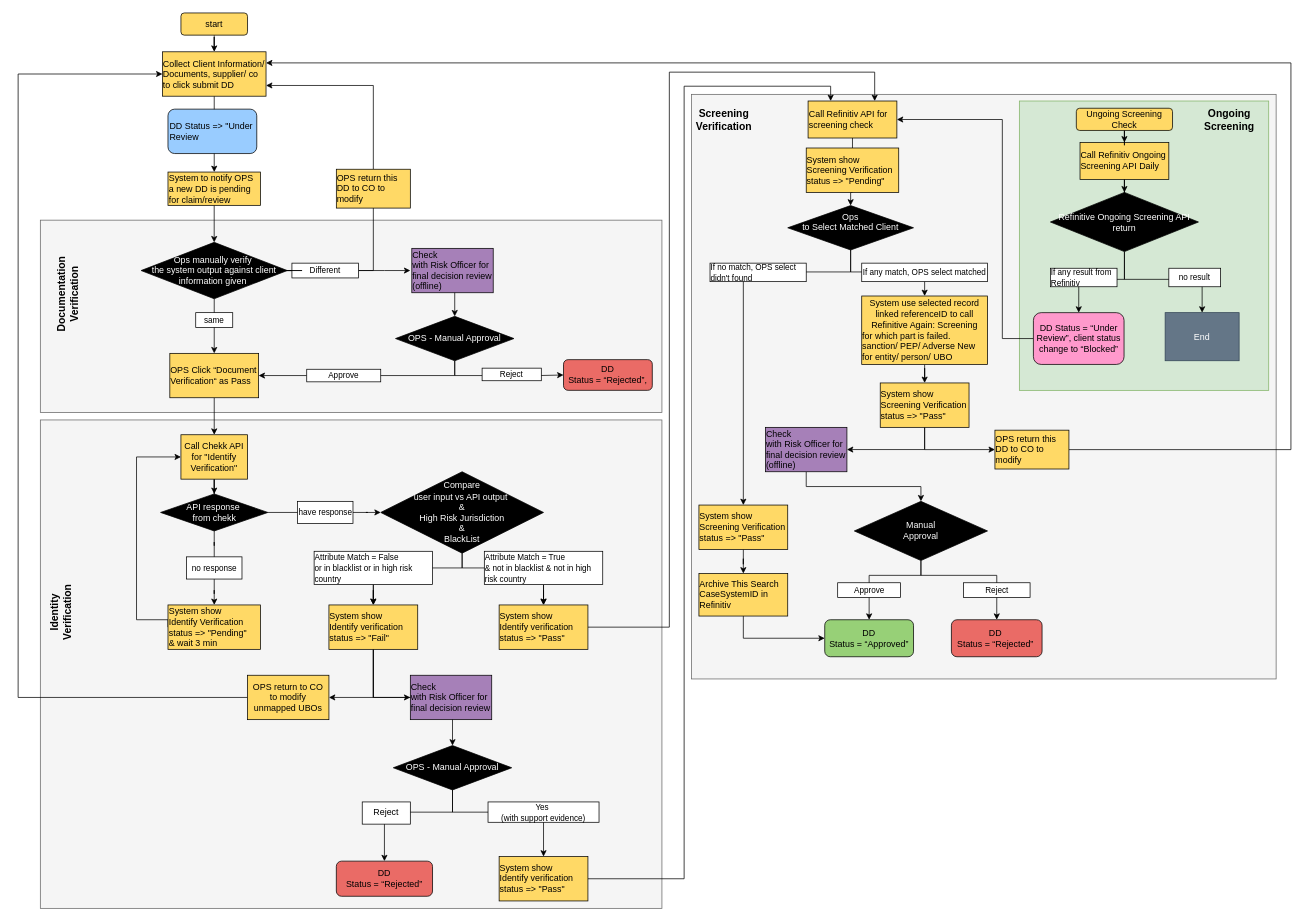
Earlier version of the draw.io diagram page "Page-1" (1 of 2) of dd structure.drawio (SeanXLChen/gitskills). Source tidied: cells renumbered, new cells numbered last; positions are measured from the earlier drawing's top-left corner, leaving out a move shared by most shapes. Both pictures are drawn from the tidied source at 74%, with x=0, y=0 at pixel (18, 13).
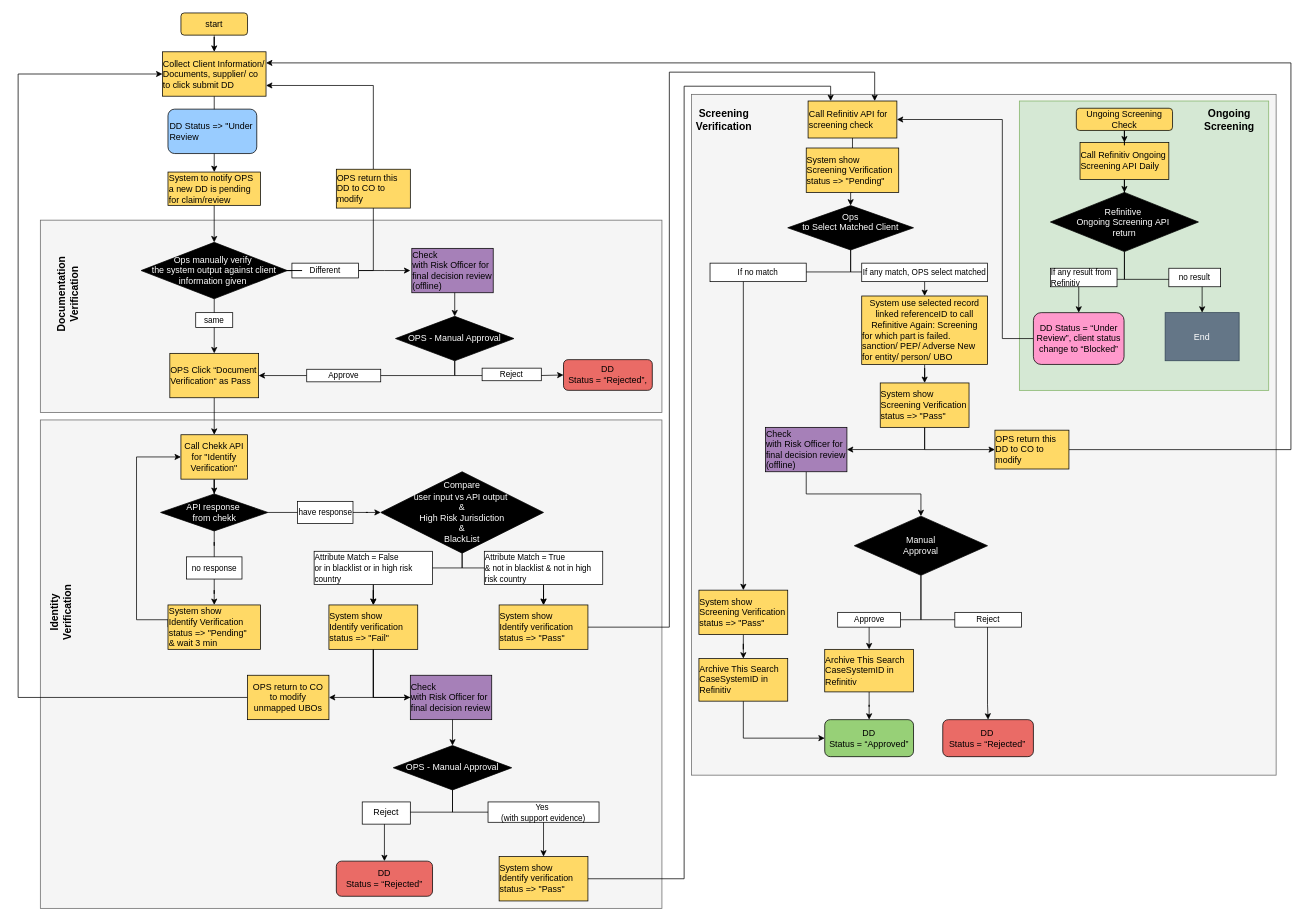
The same diagram, later.

Diff of the diagram source:
```diff
@@
     <mxCell id="2" style="rounded=0;whiteSpace=wrap;html=1;strokeColor=#666666;fillColor=#f5f5f5;fontColor=#333333;" parent="1" vertex="1">
-      <mxGeometry x="910" y="110" width="790" height="790" as="geometry" />
+      <mxGeometry x="910" y="110" width="790" height="920" as="geometry" />
     </mxCell>
@@
     <mxCell id="42" value="&lt;p style=&quot;margin-top: 0pt ; margin-bottom: 0pt ; margin-left: 0in ; direction: ltr ; unicode-bidi: embed ; word-break: normal&quot;&gt;&lt;span style=&quot;font-family: &amp;#34;arial&amp;#34;&quot;&gt;&lt;font style=&quot;font-size: 12px&quot;&gt;DD&amp;nbsp;&lt;/font&gt;&lt;/span&gt;&lt;/p&gt;&lt;p style=&quot;margin-top: 0pt ; margin-bottom: 0pt ; margin-left: 0in ; direction: ltr ; unicode-bidi: embed ; word-break: normal&quot;&gt;&lt;span style=&quot;font-family: &amp;#34;arial&amp;#34;&quot;&gt;&lt;font style=&quot;font-size: 12px&quot;&gt;Status = “Rejected”&amp;nbsp;&lt;/font&gt;&lt;/span&gt;&lt;/p&gt;" style="rounded=1;whiteSpace=wrap;html=1;strokeColor=#000000;fillColor=#EA6B66;" parent="1" vertex="1">
-      <mxGeometry x="1261.2" y="820" width="122.5" height="50" as="geometry" />
+      <mxGeometry x="1249.5" y="955" width="122.5" height="50" as="geometry" />
     </mxCell>
     <mxCell id="43" value="&lt;p style=&quot;margin-top: 0pt ; margin-bottom: 0pt ; margin-left: 0in ; direction: ltr ; unicode-bidi: embed ; word-break: normal&quot;&gt;&lt;span style=&quot;font-family: &amp;#34;arial&amp;#34;&quot;&gt;&lt;font style=&quot;font-size: 12px&quot;&gt;DD&lt;br&gt;Status = “Approved”&lt;/font&gt;&lt;/span&gt;&lt;/p&gt;" style="rounded=1;whiteSpace=wrap;html=1;strokeColor=#000000;fillColor=#97D077;" parent="1" vertex="1">
-      <mxGeometry x="1090" y="820" width="120" height="50" as="geometry" />
+      <mxGeometry x="1090" y="955" width="120" height="50" as="geometry" />
     </mxCell>
-    <mxCell id="44" style="edgeStyle=orthogonalEdgeStyle;rounded=0;jettySize=auto;html=1;entryX=0.5;entryY=0;entryDx=0;entryDy=0;fontColor=#FFFFFF;" parent="1" edge="1" source="46" target="43">
+    <mxCell id="44" style="edgeStyle=orthogonalEdgeStyle;rounded=0;jettySize=auto;html=1;entryX=0.5;entryY=0;entryDx=0;entryDy=0;fontColor=#FFFFFF;" parent="1" edge="1" source="46" target="117">
       <mxGeometry relative="1" as="geometry">
         <Array as="points">
-          <mxPoint x="1220" y="760" />
-          <mxPoint x="1150" y="760" />
+          <mxPoint x="1220" y="820" />
+          <mxPoint x="1150" y="820" />
+          <mxPoint x="1150" y="860" />
         </Array>
       </mxGeometry>
     </mxCell>
     <mxCell id="45" style="edgeStyle=orthogonalEdgeStyle;rounded=0;jettySize=auto;html=1;entryX=0.5;entryY=0;entryDx=0;entryDy=0;fontColor=#FFFFFF;" parent="1" edge="1" source="46" target="42">
       <mxGeometry relative="1" as="geometry">
         <Array as="points">
-          <mxPoint x="1220" y="760" />
-          <mxPoint x="1323" y="760" />
+          <mxPoint x="1220" y="820" />
+          <mxPoint x="1310" y="820" />
+          <mxPoint x="1310" y="935" />
         </Array>
       </mxGeometry>
     </mxCell>
     <mxCell id="46" value="&lt;p style=&quot;margin-top: 0pt ; margin-bottom: 0pt ; margin-left: 0in ; direction: ltr ; unicode-bidi: embed ; word-break: normal&quot;&gt;&lt;span style=&quot;color: white ; font-family: &amp;#34;arial&amp;#34;&quot;&gt;&lt;font style=&quot;font-size: 12px&quot;&gt;Manual&lt;br&gt;Approval&lt;/font&gt;&lt;/span&gt;&lt;br&gt;&lt;/p&gt;" style="rhombus;whiteSpace=wrap;html=1;strokeColor=#000000;fillColor=#000000;" parent="1" vertex="1">
-      <mxGeometry x="1130" y="660" width="180" height="80" as="geometry" />
+      <mxGeometry x="1130" y="680" width="180" height="80" as="geometry" />
     </mxCell>
     <mxCell id="47" value="&lt;p style=&quot;margin-top: 0pt ; margin-bottom: 0pt ; margin-left: 0in ; direction: ltr ; unicode-bidi: embed ; word-break: normal&quot;&gt;&lt;font face=&quot;arial&quot;&gt;&lt;span style=&quot;font-size: 11px&quot;&gt;Approve&lt;/span&gt;&lt;/font&gt;&lt;/p&gt;" style="rounded=0;whiteSpace=wrap;html=1;strokeColor=#000000;fillColor=#FFFFFF;" parent="1" vertex="1">
-      <mxGeometry x="1107.5" y="770" width="85" height="20" as="geometry" />
+      <mxGeometry x="1107.5" y="810" width="85" height="20" as="geometry" />
     </mxCell>
     <mxCell id="48" value="&lt;font style=&quot;font-size: 11px&quot;&gt;Reject&lt;/font&gt;" style="rounded=0;whiteSpace=wrap;html=1;strokeColor=#000000;fillColor=#FFFFFF;" parent="1" vertex="1">
-      <mxGeometry x="1277.5" y="770" width="90" height="20" as="geometry" />
+      <mxGeometry x="1265.8" y="810" width="90" height="20" as="geometry" />
     </mxCell>
@@
     <mxCell id="50" value="&lt;p style=&quot;margin-top: 0pt ; margin-bottom: 0pt ; margin-left: 0in ; text-align: left ; direction: ltr ; unicode-bidi: embed ; word-break: normal&quot;&gt;&lt;span style=&quot;font-family: &amp;#34;arial&amp;#34;&quot;&gt;System show&lt;/span&gt;&lt;br style=&quot;font-family: &amp;#34;arial&amp;#34;&quot;&gt;&lt;span style=&quot;font-family: &amp;#34;arial&amp;#34;&quot;&gt;Screening Verification status =&amp;gt; &quot;Pass&quot;&lt;/span&gt;&lt;br&gt;&lt;/p&gt;" style="rounded=0;whiteSpace=wrap;html=1;strokeColor=#000000;fillColor=#FFD966;" parent="1" vertex="1">
-      <mxGeometry x="920" y="665" width="120" height="60" as="geometry" />
+      <mxGeometry x="920" y="780" width="120" height="60" as="geometry" />
     </mxCell>
@@
     <mxCell id="70" value="&lt;p style=&quot;margin-top: 0pt ; margin-bottom: 0pt ; margin-left: 0in ; text-align: left ; direction: ltr ; unicode-bidi: embed ; word-break: normal&quot;&gt;&lt;font face=&quot;arial&quot;&gt;Archive This Search CaseSystemID in Refinitiv&lt;/font&gt;&lt;/p&gt;" style="rounded=0;whiteSpace=wrap;html=1;strokeColor=#000000;fillColor=#FFD966;" parent="1" vertex="1">
-      <mxGeometry x="920" y="757.5" width="120" height="57.5" as="geometry" />
+      <mxGeometry x="920" y="872.5" width="120" height="57.5" as="geometry" />
     </mxCell>
@@
-    <mxCell id="75" value="&lt;p style=&quot;margin-top: 0pt ; margin-bottom: 0pt ; margin-left: 0in ; direction: ltr ; unicode-bidi: embed ; word-break: normal&quot;&gt;&lt;font color=&quot;#ffffff&quot; face=&quot;arial&quot;&gt;Refinitive Ongoing Screening API return&lt;/font&gt;&lt;/p&gt;" style="rhombus;whiteSpace=wrap;html=1;strokeColor=#000000;fillColor=#000000;" parent="1" vertex="1">
+    <mxCell id="75" value="&lt;p style=&quot;margin-top: 0pt ; margin-bottom: 0pt ; margin-left: 0in ; direction: ltr ; unicode-bidi: embed ; word-break: normal&quot;&gt;&lt;font color=&quot;#ffffff&quot; face=&quot;arial&quot;&gt;Refinitive&amp;nbsp;&lt;/font&gt;&lt;/p&gt;&lt;p style=&quot;margin-top: 0pt ; margin-bottom: 0pt ; margin-left: 0in ; direction: ltr ; unicode-bidi: embed ; word-break: normal&quot;&gt;&lt;font color=&quot;#ffffff&quot; face=&quot;arial&quot;&gt;Ongoing Screening&amp;nbsp;&lt;/font&gt;&lt;span style=&quot;color: rgb(255 , 255 , 255) ; font-family: &amp;#34;arial&amp;#34;&quot;&gt;API&amp;nbsp;&lt;/span&gt;&lt;/p&gt;&lt;p style=&quot;margin-top: 0pt ; margin-bottom: 0pt ; margin-left: 0in ; direction: ltr ; unicode-bidi: embed ; word-break: normal&quot;&gt;&lt;span style=&quot;color: rgb(255 , 255 , 255) ; font-family: &amp;#34;arial&amp;#34;&quot;&gt;return&lt;/span&gt;&lt;/p&gt;" style="rhombus;whiteSpace=wrap;html=1;strokeColor=#000000;fillColor=#000000;" parent="1" vertex="1">
       <mxGeometry x="1395" y="242.5" width="200" height="80" as="geometry" />
     </mxCell>
@@
-    <mxCell id="105" value="&lt;p style=&quot;margin-top: 0pt ; margin-bottom: 0pt ; margin-left: 0in ; text-align: left ; direction: ltr ; unicode-bidi: embed ; word-break: normal&quot;&gt;&lt;span style=&quot;font-family: &amp;#34;arial&amp;#34;&quot;&gt;&lt;font style=&quot;font-size: 11px&quot;&gt;If no match, OPS select didn't found&amp;nbsp;&lt;/font&gt;&lt;/span&gt;&lt;/p&gt;" style="rounded=0;whiteSpace=wrap;html=1;strokeColor=#000000;fillColor=#FFFFFF;" parent="1" vertex="1">
+    <mxCell id="105" value="&lt;p style=&quot;margin-top: 0pt ; margin-bottom: 0pt ; margin-left: 0in ; text-align: left ; direction: ltr ; unicode-bidi: embed ; word-break: normal&quot;&gt;&lt;span style=&quot;font-family: &amp;#34;arial&amp;#34;&quot;&gt;&lt;font style=&quot;font-size: 11px&quot;&gt;If no match&lt;/font&gt;&lt;/span&gt;&lt;/p&gt;" style="rounded=0;whiteSpace=wrap;html=1;strokeColor=#000000;fillColor=#FFFFFF;" parent="1" vertex="1">
       <mxGeometry x="935" y="338.1" width="130" height="25" as="geometry" />
     </mxCell>
@@
+    <mxCell id="116" style="edgeStyle=orthogonalEdgeStyle;rounded=0;jettySize=auto;html=1;entryX=0.5;entryY=0;entryDx=0;entryDy=0;" parent="1" edge="1" source="117" target="43">
+      <mxGeometry relative="1" as="geometry" />
+    </mxCell>
+    <mxCell id="117" value="&lt;p style=&quot;margin-top: 0pt ; margin-bottom: 0pt ; margin-left: 0in ; text-align: left ; direction: ltr ; unicode-bidi: embed ; word-break: normal&quot;&gt;&lt;font face=&quot;arial&quot;&gt;Archive This Search CaseSystemID in Refinitiv&lt;/font&gt;&lt;/p&gt;" style="rounded=0;whiteSpace=wrap;html=1;strokeColor=#000000;fillColor=#FFD966;" parent="1" vertex="1">
+      <mxGeometry x="1090" y="860" width="120" height="57.5" as="geometry" />
+    </mxCell>
```
